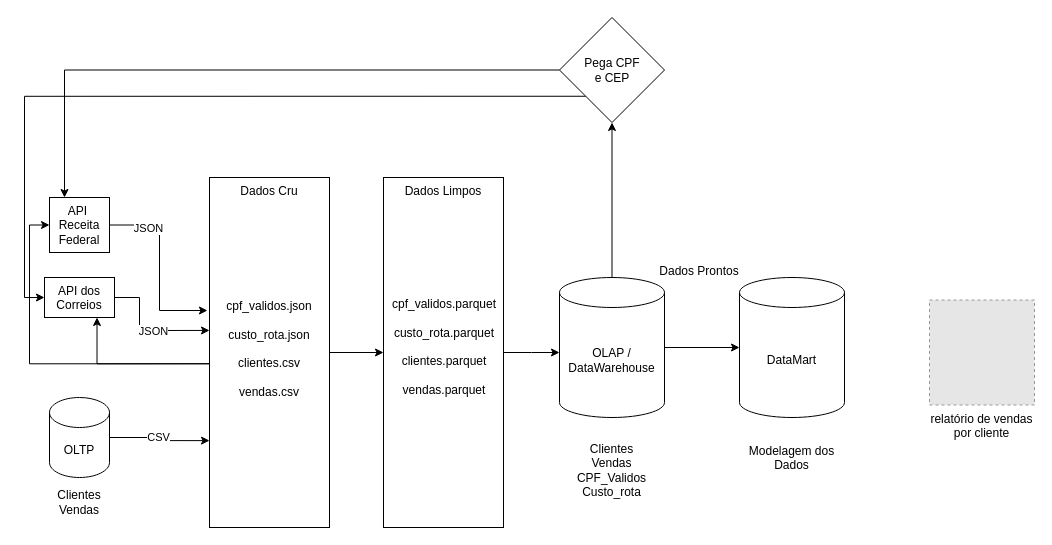
Earlier version of the draw.io diagram 01-Fundamentos-de-Programacao-e-Dados/01-Introducao-a-Engenharia-de-Dados/Projeto Pratico 1 - Loja.drawio (PArthur006/Formacao-Data_Engineer). Source tidied: cells renumbered, new cells numbered last; positions are measured from the earlier drawing's top-left corner, leaving out a move shared by most shapes. Both pictures are drawn from the tidied source at 100%, with x=0, y=0 at pixel (44, 17). Pictures stored in the file or linked from it are replaced by grey dashed boxes.
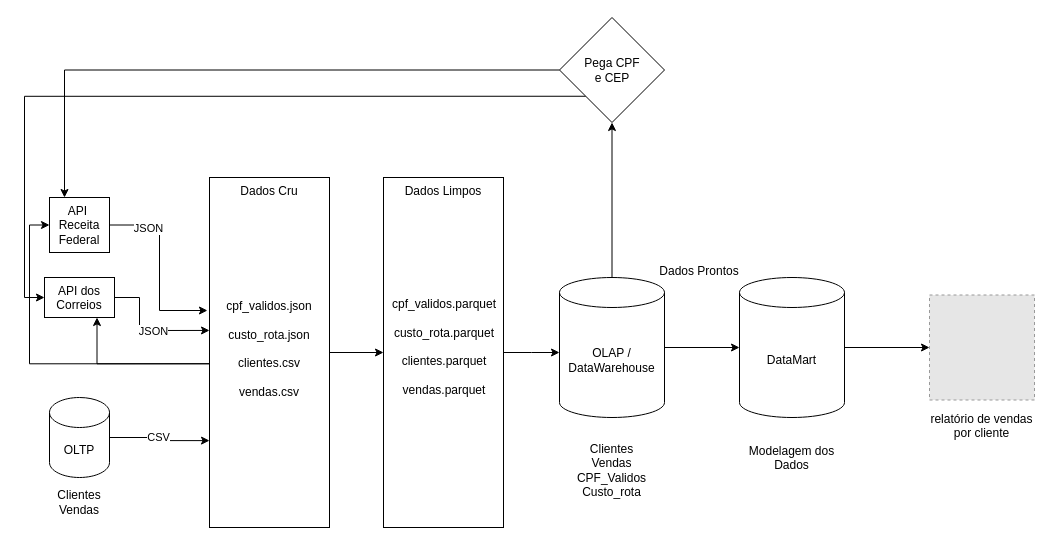
Above is the later version.

The change refers to these unchanged cells:
```xml
<mxCell id="27" value="DataMart" style="shape=cylinder3;whiteSpace=wrap;html=1;boundedLbl=1;backgroundOutline=1;size=15;" parent="1" vertex="1">
  <mxGeometry x="695" y="260" width="105" height="140" as="geometry" />
</mxCell>
```

Change to the diagram source:
```diff
@@
+    <mxCell id="37" style="edgeStyle=orthogonalEdgeStyle;rounded=0;jettySize=auto;html=1;exitX=1;exitY=0.5;exitDx=0;exitDy=0;exitPerimeter=0;entryX=0;entryY=0.5;entryDx=0;entryDy=0;" parent="1" edge="1" source="27" target="30">
+      <mxGeometry relative="1" as="geometry" />
+    </mxCell>
@@
     <mxCell id="30" style="fillColor=#E6E6E6;strokeColor=#999999;dashed=1;html=1;verticalAlign=top;verticalLabelPosition=bottom;labelBackgroundColor=#ffffff;" parent="1" vertex="1">
-      <mxGeometry x="885" y="282.5" width="105" height="105" as="geometry" />
+      <mxGeometry x="885" y="277.5" width="105" height="105" as="geometry" />
     </mxCell>
```
